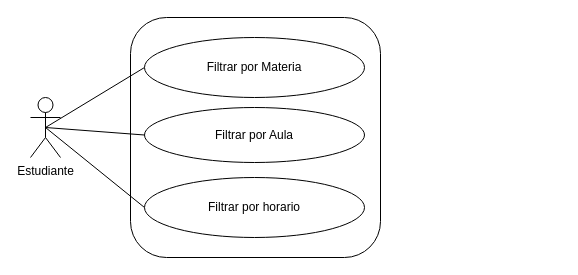
This is Caso de Uso POC.drawio from ColoJose/documentation-misaulasunq, a draw.io file, before an edit. Source tidied: cells renumbered, new cells numbered last; positions are measured from the earlier drawing's top-left corner, leaving out a move shared by most shapes. Both pictures are drawn from the tidied source at 100%, with x=0, y=0 at pixel (30, 17).
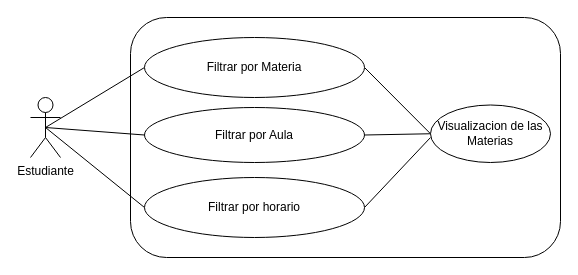
The same diagram, later.

Commit message (it also covers changes not shown here):
Actualizacion caso de uso POC

What changed in the source:
```diff
@@
 <mxGraphModel>
   <root>
     <mxCell id="0" />
     <mxCell id="1" parent="0" />
     <mxCell id="2" style="rounded=1;whiteSpace=wrap;html=1;" parent="1" vertex="1">
-      <mxGeometry x="100" width="250" height="240" as="geometry" />
+      <mxGeometry x="100" width="430" height="240" as="geometry" />
     </mxCell>
     <mxCell id="3" style="edgeStyle=none;rounded=0;jettySize=auto;html=1;exitX=0.5;exitY=0.5;exitDx=0;exitDy=0;exitPerimeter=0;entryX=0;entryY=0.5;entryDx=0;entryDy=0;endArrow=none;endFill=0;" parent="1" edge="1" source="6" target="9">
       <mxGeometry relative="1" as="geometry" />
     </mxCell>
     <mxCell id="4" style="edgeStyle=none;rounded=0;jettySize=auto;html=1;exitX=0.5;exitY=0.5;exitDx=0;exitDy=0;exitPerimeter=0;entryX=0;entryY=0.5;entryDx=0;entryDy=0;endArrow=none;endFill=0;" parent="1" edge="1" source="6" target="8">
       <mxGeometry relative="1" as="geometry" />
     </mxCell>
     <mxCell id="5" style="edgeStyle=none;rounded=0;jettySize=auto;html=1;exitX=0.5;exitY=0.5;exitDx=0;exitDy=0;exitPerimeter=0;entryX=0;entryY=0.5;entryDx=0;entryDy=0;endArrow=none;endFill=0;" parent="1" edge="1" source="6" target="7">
       <mxGeometry relative="1" as="geometry" />
     </mxCell>
     <mxCell id="6" value="Estudiante" style="shape=umlActor;verticalLabelPosition=bottom;labelBackgroundColor=#ffffff;verticalAlign=top;html=1;outlineConnect=0;" parent="1" vertex="1">
       <mxGeometry y="80" width="30" height="60" as="geometry" />
     </mxCell>
+    <mxCell id="10" style="rounded=0;jettySize=auto;html=1;exitX=1;exitY=0.5;exitDx=0;exitDy=0;entryX=0;entryY=0.5;entryDx=0;entryDy=0;endArrow=none;endFill=0;" parent="1" edge="1" source="7" target="13">
+      <mxGeometry relative="1" as="geometry" />
+    </mxCell>
     <mxCell id="7" value="Filtrar por Materia" style="ellipse;whiteSpace=wrap;html=1;" parent="1" vertex="1">
       <mxGeometry x="114" y="20" width="220" height="60" as="geometry" />
     </mxCell>
+    <mxCell id="11" style="edgeStyle=none;rounded=0;jettySize=auto;html=1;exitX=1;exitY=0.5;exitDx=0;exitDy=0;entryX=0;entryY=0.5;entryDx=0;entryDy=0;endArrow=none;endFill=0;" parent="1" edge="1" source="8" target="13">
+      <mxGeometry relative="1" as="geometry" />
+    </mxCell>
     <mxCell id="8" value="Filtrar por Aula" style="ellipse;whiteSpace=wrap;html=1;" parent="1" vertex="1">
       <mxGeometry x="114" y="90" width="220" height="55" as="geometry" />
     </mxCell>
+    <mxCell id="12" style="edgeStyle=none;rounded=0;jettySize=auto;html=1;exitX=1;exitY=0.5;exitDx=0;exitDy=0;endArrow=none;endFill=0;" parent="1" edge="1" source="9">
+      <mxGeometry relative="1" as="geometry">
+        <mxPoint x="400" y="120" as="targetPoint" />
+      </mxGeometry>
+    </mxCell>
     <mxCell id="9" value="Filtrar por horario" style="ellipse;whiteSpace=wrap;html=1;" parent="1" vertex="1">
       <mxGeometry x="114" y="160" width="220" height="60" as="geometry" />
     </mxCell>
+    <mxCell id="13" value="Visualizacion de las Materias" style="ellipse;whiteSpace=wrap;html=1;" parent="1" vertex="1">
+      <mxGeometry x="400" y="87.5" width="120" height="57.5" as="geometry" />
+    </mxCell>
   </root>
 </mxGraphModel>
```
